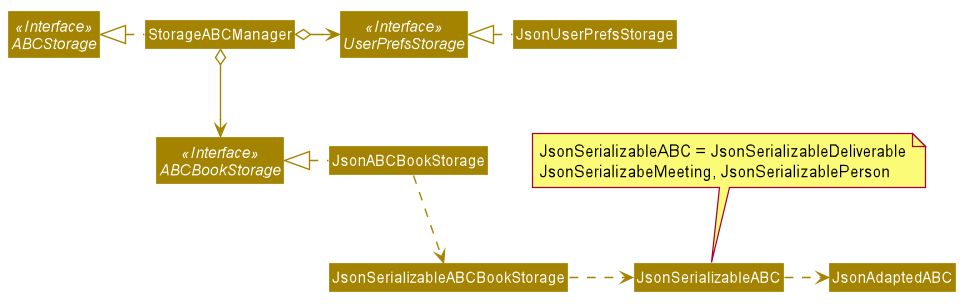
Before: docs/images/StorageClassDiagram.png, a diagram exported from PlantUML (shadowezz/Productiv).
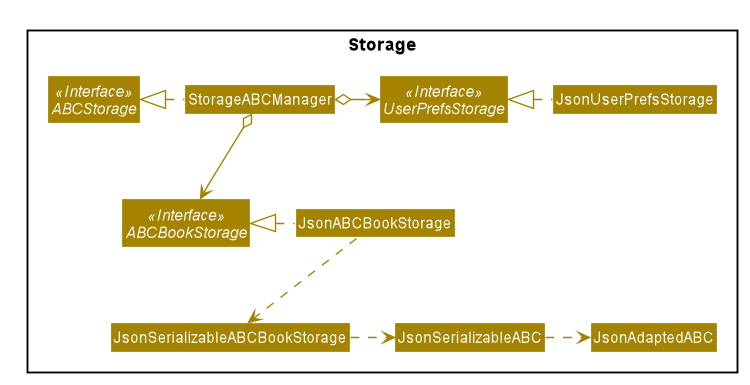
The same diagram one commit later.

Diff of the diagram source:
```diff
@@ -51,6 +51,7 @@
 skinparam arrowColor #A38300
 skinparam classBackgroundColor #A38300
 
+package Storage{
 Interface ABCStorage <<Interface>>
 Interface UserPrefsStorage <<Interface>>
 Interface ABCBookStorage <<Interface>>
@@ -68,6 +69,5 @@
 JsonABCBookStorage .down.> JsonSerializableABCBookStorage
 JsonSerializableABCBookStorage .right.> JsonSerializableABC
 JsonSerializableABC .right.> JsonAdaptedABC
-
-note top of JsonSerializableABC: JsonSerializableABC = JsonSerializableDeliverable\nJsonSerializabeMeeting, JsonSerializablePerson
+}
 @enduml
```
